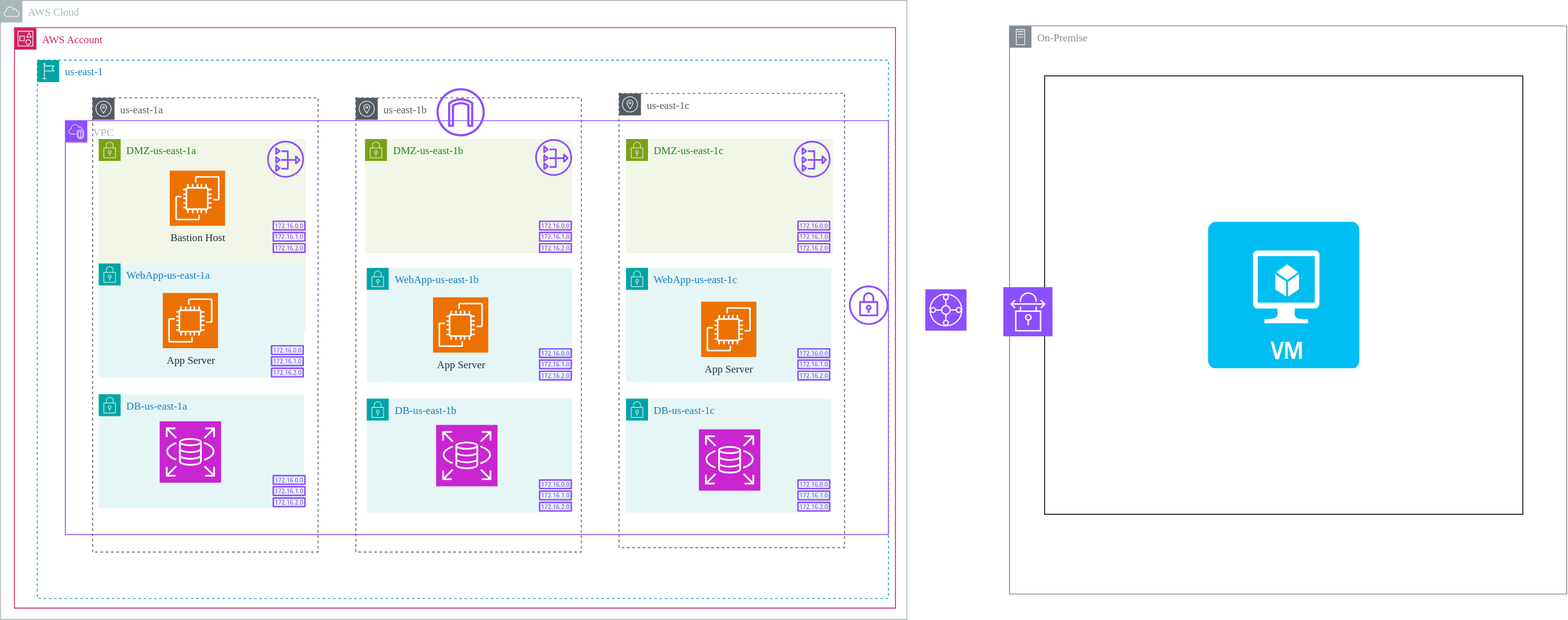
Above: docs/cyber-wizard/Three-Tier-Architecture.svg in prakashkukanoor/Three-Tier-Architecture (draw.io), before the change. Source tidied: cells renumbered, new cells last; positions are measured from the earlier drawing's top-left corner, leaving out a move shared by most shapes.
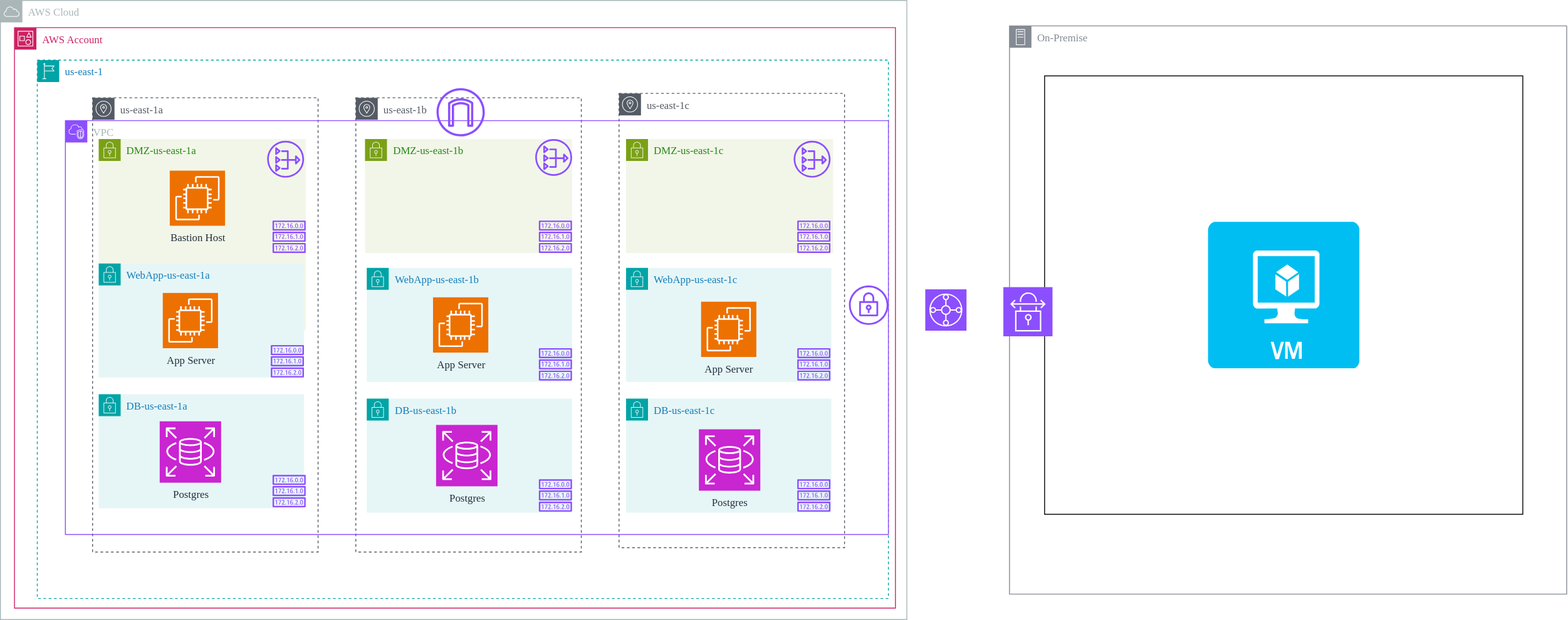
After the change.

Change to the diagram source:
```diff
@@ -41,13 +41,13 @@
     <mxCell id="14" value="DB-us-east-1b" style="gradientColor=none;html=1;whiteSpace=wrap;fontSize=12;fontStyle=0;shape=mxgraph.aws4.group;grIcon=mxgraph.aws4.group_security_group;grStroke=0;strokeColor=#00A4A6;fillColor=#E6F6F7;verticalAlign=top;align=left;spacingLeft=30;fontColor=#147EBA;dashed=0;fontFamily=Architects Daughter;fontSource=https%3A%2F%2Ffonts.googleapis.com%2Fcss%3Ffamily%3DArchitects%2BDaughter;" parent="8" vertex="1">
       <mxGeometry x="343.5" y="317" width="234" height="130" as="geometry" />
     </mxCell>
-    <mxCell id="15" style="sketch=0;fontColor=#232F3E;fillColor=#C925D1;strokeColor=#ffffff;dashed=0;verticalLabelPosition=bottom;verticalAlign=top;align=center;html=1;fontSize=12;fontStyle=0;shape=mxgraph.aws4.resourceIcon;resIcon=mxgraph.aws4.rds;fontFamily=Architects Daughter;fontSource=https%3A%2F%2Ffonts.googleapis.com%2Fcss%3Ffamily%3DArchitects%2BDaughter;" parent="14" vertex="1">
+    <mxCell id="15" value="Postgres" style="sketch=0;fontColor=#232F3E;fillColor=#C925D1;strokeColor=#ffffff;dashed=0;verticalLabelPosition=bottom;verticalAlign=top;align=center;html=1;fontSize=12;fontStyle=0;shape=mxgraph.aws4.resourceIcon;resIcon=mxgraph.aws4.rds;fontFamily=Architects Daughter;fontSource=https%3A%2F%2Ffonts.googleapis.com%2Fcss%3Ffamily%3DArchitects%2BDaughter;" parent="14" vertex="1">
       <mxGeometry x="79" y="30" width="70" height="70" as="geometry" />
     </mxCell>
     <mxCell id="16" value="DB-us-east-1c" style="gradientColor=none;html=1;whiteSpace=wrap;fontSize=12;fontStyle=0;shape=mxgraph.aws4.group;grIcon=mxgraph.aws4.group_security_group;grStroke=0;strokeColor=#00A4A6;fillColor=#E6F6F7;verticalAlign=top;align=left;spacingLeft=30;fontColor=#147EBA;dashed=0;fontFamily=Architects Daughter;fontSource=https%3A%2F%2Ffonts.googleapis.com%2Fcss%3Ffamily%3DArchitects%2BDaughter;" parent="8" vertex="1">
       <mxGeometry x="639" y="317" width="234" height="130" as="geometry" />
     </mxCell>
-    <mxCell id="17" style="sketch=0;fontColor=#232F3E;fillColor=#C925D1;strokeColor=#ffffff;dashed=0;verticalLabelPosition=bottom;verticalAlign=top;align=center;html=1;fontSize=12;fontStyle=0;shape=mxgraph.aws4.resourceIcon;resIcon=mxgraph.aws4.rds;fontFamily=Architects Daughter;fontSource=https%3A%2F%2Ffonts.googleapis.com%2Fcss%3Ffamily%3DArchitects%2BDaughter;" parent="16" vertex="1">
+    <mxCell id="17" value="Postgres" style="sketch=0;fontColor=#232F3E;fillColor=#C925D1;strokeColor=#ffffff;dashed=0;verticalLabelPosition=bottom;verticalAlign=top;align=center;html=1;fontSize=12;fontStyle=0;shape=mxgraph.aws4.resourceIcon;resIcon=mxgraph.aws4.rds;fontFamily=Architects Daughter;fontSource=https%3A%2F%2Ffonts.googleapis.com%2Fcss%3Ffamily%3DArchitects%2BDaughter;" parent="16" vertex="1">
       <mxGeometry x="83" y="35" width="70" height="70" as="geometry" />
     </mxCell>
     <mxCell id="18" style="sketch=0;fontColor=#232F3E;gradientColor=none;fillColor=#8C4FFF;strokeColor=none;dashed=0;verticalLabelPosition=bottom;verticalAlign=top;align=center;html=1;fontSize=12;fontStyle=0;shape=mxgraph.aws4.route_table;fontFamily=Architects Daughter;fontSource=https%3A%2F%2Ffonts.googleapis.com%2Fcss%3Ffamily%3DArchitects%2BDaughter;" parent="16" vertex="1">
@@ -74,7 +74,7 @@
     <mxCell id="25" value="App Server" style="sketch=0;fontColor=#232F3E;fillColor=#ED7100;strokeColor=#ffffff;dashed=0;verticalLabelPosition=bottom;verticalAlign=top;align=center;html=1;fontSize=12;fontStyle=0;shape=mxgraph.aws4.resourceIcon;resIcon=mxgraph.aws4.ec2;fontFamily=Architects Daughter;fontSource=https%3A%2F%2Ffonts.googleapis.com%2Fcss%3Ffamily%3DArchitects%2BDaughter;" parent="4" vertex="1">
       <mxGeometry x="143" y="265.5" width="63" height="63" as="geometry" />
     </mxCell>
-    <mxCell id="26" style="sketch=0;fontColor=#232F3E;fillColor=#C925D1;strokeColor=#ffffff;dashed=0;verticalLabelPosition=bottom;verticalAlign=top;align=center;html=1;fontSize=12;fontStyle=0;shape=mxgraph.aws4.resourceIcon;resIcon=mxgraph.aws4.rds;fontFamily=Architects Daughter;fontSource=https%3A%2F%2Ffonts.googleapis.com%2Fcss%3Ffamily%3DArchitects%2BDaughter;" parent="4" vertex="1">
+    <mxCell id="26" value="Postgres" style="sketch=0;fontColor=#232F3E;fillColor=#C925D1;strokeColor=#ffffff;dashed=0;verticalLabelPosition=bottom;verticalAlign=top;align=center;html=1;fontSize=12;fontStyle=0;shape=mxgraph.aws4.resourceIcon;resIcon=mxgraph.aws4.rds;fontFamily=Architects Daughter;fontSource=https%3A%2F%2Ffonts.googleapis.com%2Fcss%3Ffamily%3DArchitects%2BDaughter;" parent="4" vertex="1">
       <mxGeometry x="139.5" y="412" width="70" height="70" as="geometry" />
     </mxCell>
     <mxCell id="27" style="sketch=0;fontColor=#232F3E;gradientColor=none;fillColor=#8C4FFF;strokeColor=none;dashed=0;verticalLabelPosition=bottom;verticalAlign=top;align=center;html=1;fontSize=12;fontStyle=0;shape=mxgraph.aws4.nat_gateway;fontFamily=Architects Daughter;fontSource=https%3A%2F%2Ffonts.googleapis.com%2Fcss%3Ffamily%3DArchitects%2BDaughter;" parent="4" vertex="1">
```
